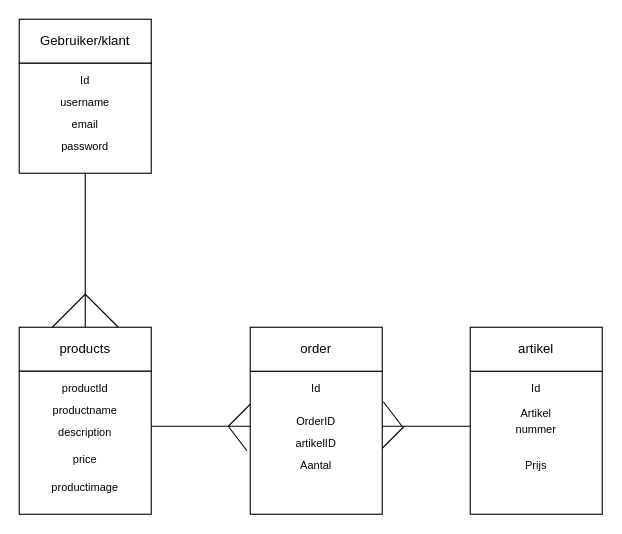
Before: Diagrams/erd.drawio in OmerS7/educom-webshop-database-1695135881, a draw.io diagram. Source tidied: cells renumbered, new cells numbered last; positions are measured from the earlier drawing's top-left corner, leaving out a move shared by most shapes. Both pictures are drawn from the tidied source at 110%, with x=0, y=0 at pixel (19, 19).
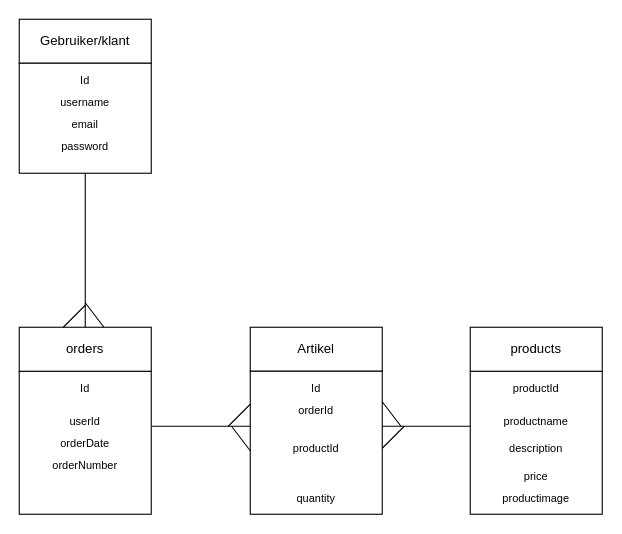
After the change.

Commit message:
erd webshop

The change refers to these unchanged cells:
```xml
<mxCell id="10" style="rounded=0;whiteSpace=wrap;html=1;" parent="1" vertex="1">
  <mxGeometry y="40" width="120" height="100" as="geometry" />
</mxCell>
```

What changed in the source:
```diff
@@
+    <mxCell id="21" style="rounded=0;whiteSpace=wrap;html=1;" parent="1" vertex="1">
+      <mxGeometry x="410" y="320" width="120" height="130" as="geometry" />
+    </mxCell>
-    <mxCell id="2" value="products" style="rounded=0;whiteSpace=wrap;html=1;" parent="1" vertex="1">
-      <mxGeometry y="280" width="120" height="40" as="geometry" />
+    <mxCell id="2" value="Artikel" style="rounded=0;whiteSpace=wrap;html=1;" parent="1" vertex="1">
+      <mxGeometry x="210" y="280" width="120" height="40" as="geometry" />
     </mxCell>
     <mxCell id="3" style="rounded=0;whiteSpace=wrap;html=1;" parent="1" vertex="1">
-      <mxGeometry y="320" width="120" height="130" as="geometry" />
+      <mxGeometry x="210" y="320" width="120" height="130" as="geometry" />
     </mxCell>
     <mxCell id="4" value="&lt;font style=&quot;font-size: 10px;&quot;&gt;productId&lt;/font&gt;" style="text;html=1;strokeColor=none;fillColor=none;align=center;verticalAlign=middle;whiteSpace=wrap;rounded=0;" parent="1" vertex="1">
-      <mxGeometry x="50" y="330" width="20" height="10" as="geometry" />
+      <mxGeometry x="460" y="330" width="20" height="10" as="geometry" />
     </mxCell>
     <mxCell id="5" value="&lt;span style=&quot;font-size: 10px;&quot;&gt;productname&lt;/span&gt;" style="text;html=1;strokeColor=none;fillColor=none;align=center;verticalAlign=middle;whiteSpace=wrap;rounded=0;" parent="1" vertex="1">
-      <mxGeometry x="50" y="350" width="20" height="10" as="geometry" />
+      <mxGeometry x="460" y="360" width="20" height="10" as="geometry" />
     </mxCell>
     <mxCell id="6" value="&lt;font style=&quot;font-size: 10px;&quot;&gt;description&lt;/font&gt;" style="text;html=1;strokeColor=none;fillColor=none;align=center;verticalAlign=middle;whiteSpace=wrap;rounded=0;" parent="1" vertex="1">
-      <mxGeometry x="50" y="370" width="20" height="10" as="geometry" />
+      <mxGeometry x="460" y="385" width="20" height="10" as="geometry" />
     </mxCell>
     <mxCell id="7" value="&lt;font style=&quot;font-size: 10px;&quot;&gt;price&lt;/font&gt;" style="text;html=1;strokeColor=none;fillColor=none;align=center;verticalAlign=middle;whiteSpace=wrap;rounded=0;" parent="1" vertex="1">
-      <mxGeometry x="50" y="395" width="20" height="10" as="geometry" />
+      <mxGeometry x="460" y="410" width="20" height="10" as="geometry" />
     </mxCell>
     <mxCell id="8" value="&lt;font style=&quot;font-size: 10px;&quot;&gt;productimage&lt;/font&gt;" style="text;html=1;strokeColor=none;fillColor=none;align=center;verticalAlign=middle;whiteSpace=wrap;rounded=0;" parent="1" vertex="1">
-      <mxGeometry x="50" y="420" width="20" height="10" as="geometry" />
+      <mxGeometry x="460" y="430" width="20" height="10" as="geometry" />
     </mxCell>
@@
-    <mxCell id="15" style="endArrow=none;html=1;fontSize=10;exitX=0.5;exitY=0;exitDx=0;exitDy=0;entryX=0.5;entryY=1;entryDx=0;entryDy=0;" parent="1" edge="1" source="2" target="10">
-      <mxGeometry relative="1" as="geometry">
-        <Array as="points">
-          <mxPoint x="60" y="210" />
-        </Array>
-      </mxGeometry>
-    </mxCell>
-    <mxCell id="16" style="endArrow=none;html=1;exitX=0.25;exitY=0;exitDx=0;exitDy=0;" parent="1" edge="1" source="2">
-      <mxGeometry relative="1" as="geometry">
-        <mxPoint x="60" y="250" as="targetPoint" />
-      </mxGeometry>
-    </mxCell>
-    <mxCell id="17" style="endArrow=none;html=1;" parent="1" edge="1">
-      <mxGeometry relative="1" as="geometry">
-        <mxPoint x="90" y="280" as="sourcePoint" />
-        <mxPoint x="60" y="250" as="targetPoint" />
-      </mxGeometry>
-    </mxCell>
@@
     <mxCell id="19" style="rounded=0;whiteSpace=wrap;html=1;" parent="1" vertex="1">
-      <mxGeometry x="210" y="320" width="120" height="130" as="geometry" />
+      <mxGeometry y="320" width="120" height="130" as="geometry" />
     </mxCell>
-    <mxCell id="20" value="order" style="rounded=0;whiteSpace=wrap;html=1;" parent="1" vertex="1">
-      <mxGeometry x="210" y="280" width="120" height="40" as="geometry" />
+    <mxCell id="20" value="orders" style="rounded=0;whiteSpace=wrap;html=1;" parent="1" vertex="1">
+      <mxGeometry y="280" width="120" height="40" as="geometry" />
     </mxCell>
-    <mxCell id="21" style="rounded=0;whiteSpace=wrap;html=1;" parent="1" vertex="1">
-      <mxGeometry x="410" y="320" width="120" height="130" as="geometry" />
-    </mxCell>
-    <mxCell id="22" value="artikel" style="rounded=0;whiteSpace=wrap;html=1;" parent="1" vertex="1">
+    <mxCell id="22" value="products" style="rounded=0;whiteSpace=wrap;html=1;" parent="1" vertex="1">
       <mxGeometry x="410" y="280" width="120" height="40" as="geometry" />
     </mxCell>
@@
     <mxCell id="24" value="&lt;font style=&quot;font-size: 10px;&quot;&gt;Id&lt;/font&gt;" style="text;html=1;strokeColor=none;fillColor=none;align=center;verticalAlign=middle;whiteSpace=wrap;rounded=0;" parent="1" vertex="1">
-      <mxGeometry x="460" y="330" width="20" height="10" as="geometry" />
+      <mxGeometry x="260" y="330" width="20" height="10" as="geometry" />
     </mxCell>
-    <mxCell id="25" value="&lt;font style=&quot;font-size: 10px;&quot;&gt;Artikel nummer&lt;/font&gt;" style="text;html=1;strokeColor=none;fillColor=none;align=center;verticalAlign=middle;whiteSpace=wrap;rounded=0;" parent="1" vertex="1">
-      <mxGeometry x="460" y="360" width="20" height="10" as="geometry" />
+    <mxCell id="25" value="&lt;font style=&quot;font-size: 10px;&quot;&gt;orderId&lt;/font&gt;" style="text;html=1;strokeColor=none;fillColor=none;align=center;verticalAlign=middle;whiteSpace=wrap;rounded=0;" parent="1" vertex="1">
+      <mxGeometry x="260" y="350" width="20" height="10" as="geometry" />
     </mxCell>
-    <mxCell id="26" value="&lt;font style=&quot;font-size: 10px;&quot;&gt;Prijs&lt;/font&gt;" style="text;html=1;strokeColor=none;fillColor=none;align=center;verticalAlign=middle;whiteSpace=wrap;rounded=0;" parent="1" vertex="1">
-      <mxGeometry x="460" y="400" width="20" height="10" as="geometry" />
+    <mxCell id="26" value="&lt;font style=&quot;font-size: 10px;&quot;&gt;productId&lt;/font&gt;" style="text;html=1;strokeColor=none;fillColor=none;align=center;verticalAlign=middle;whiteSpace=wrap;rounded=0;" parent="1" vertex="1">
+      <mxGeometry x="260" y="385" width="20" height="10" as="geometry" />
     </mxCell>
     <mxCell id="27" value="&lt;font style=&quot;font-size: 10px;&quot;&gt;Id&lt;/font&gt;" style="text;html=1;strokeColor=none;fillColor=none;align=center;verticalAlign=middle;whiteSpace=wrap;rounded=0;" parent="1" vertex="1">
-      <mxGeometry x="260" y="330" width="20" height="10" as="geometry" />
+      <mxGeometry x="50" y="330" width="20" height="10" as="geometry" />
     </mxCell>
-    <mxCell id="28" value="&lt;font style=&quot;font-size: 10px;&quot;&gt;OrderID&lt;/font&gt;" style="text;html=1;strokeColor=none;fillColor=none;align=center;verticalAlign=middle;whiteSpace=wrap;rounded=0;" parent="1" vertex="1">
-      <mxGeometry x="260" y="360" width="20" height="10" as="geometry" />
+    <mxCell id="28" value="&lt;span style=&quot;font-size: 10px;&quot;&gt;userId&lt;/span&gt;" style="text;html=1;strokeColor=none;fillColor=none;align=center;verticalAlign=middle;whiteSpace=wrap;rounded=0;" parent="1" vertex="1">
+      <mxGeometry x="50" y="360" width="20" height="10" as="geometry" />
     </mxCell>
@@
     <mxCell id="30" style="endArrow=none;html=1;exitX=1.025;exitY=0.213;exitDx=0;exitDy=0;exitPerimeter=0;" parent="1" edge="1">
       <mxGeometry relative="1" as="geometry">
-        <mxPoint x="331" y="347.7" as="sourcePoint" />
-        <mxPoint x="348" y="370" as="targetPoint" />
+        <mxPoint x="330" y="347.7" as="sourcePoint" />
+        <mxPoint x="347" y="370" as="targetPoint" />
       </mxGeometry>
     </mxCell>
@@
     <mxCell id="32" style="endArrow=none;html=1;exitX=1.025;exitY=0.213;exitDx=0;exitDy=0;exitPerimeter=0;" parent="1" edge="1">
       <mxGeometry relative="1" as="geometry">
-        <mxPoint x="190" y="370" as="sourcePoint" />
-        <mxPoint x="207" y="392.3" as="targetPoint" />
+        <mxPoint x="193" y="370" as="sourcePoint" />
+        <mxPoint x="210" y="392.3" as="targetPoint" />
       </mxGeometry>
     </mxCell>
-    <mxCell id="33" value="&lt;font style=&quot;font-size: 10px;&quot;&gt;artikelID&lt;/font&gt;" style="text;html=1;strokeColor=none;fillColor=none;align=center;verticalAlign=middle;whiteSpace=wrap;rounded=0;" parent="1" vertex="1">
-      <mxGeometry x="260" y="380" width="20" height="10" as="geometry" />
+    <mxCell id="33" value="&lt;font style=&quot;font-size: 10px;&quot;&gt;orderDate&lt;/font&gt;" style="text;html=1;strokeColor=none;fillColor=none;align=center;verticalAlign=middle;whiteSpace=wrap;rounded=0;" parent="1" vertex="1">
+      <mxGeometry x="50" y="380" width="20" height="10" as="geometry" />
     </mxCell>
-    <mxCell id="34" value="&lt;font style=&quot;font-size: 10px;&quot;&gt;Aantal&lt;/font&gt;" style="text;html=1;strokeColor=none;fillColor=none;align=center;verticalAlign=middle;whiteSpace=wrap;rounded=0;" parent="1" vertex="1">
-      <mxGeometry x="260" y="400" width="20" height="10" as="geometry" />
+    <mxCell id="34" value="&lt;span style=&quot;font-size: 10px;&quot;&gt;orderNumber&lt;/span&gt;" style="text;html=1;strokeColor=none;fillColor=none;align=center;verticalAlign=middle;whiteSpace=wrap;rounded=0;" parent="1" vertex="1">
+      <mxGeometry x="50" y="400" width="20" height="10" as="geometry" />
     </mxCell>
+    <mxCell id="35" style="endArrow=none;html=1;" parent="1" edge="1" source="20">
+      <mxGeometry relative="1" as="geometry">
+        <mxPoint x="60" y="140" as="targetPoint" />
+      </mxGeometry>
+    </mxCell>
+    <mxCell id="36" style="endArrow=none;html=1;" parent="1" edge="1">
+      <mxGeometry relative="1" as="geometry">
+        <mxPoint x="40" y="280" as="sourcePoint" />
+        <mxPoint x="60" y="260" as="targetPoint" />
+      </mxGeometry>
+    </mxCell>
+    <mxCell id="37" style="endArrow=none;html=1;exitX=1.025;exitY=0.213;exitDx=0;exitDy=0;exitPerimeter=0;" parent="1" edge="1">
+      <mxGeometry relative="1" as="geometry">
+        <mxPoint x="60" y="257.7" as="sourcePoint" />
+        <mxPoint x="77" y="280" as="targetPoint" />
+      </mxGeometry>
+    </mxCell>
+    <mxCell id="38" value="&lt;font style=&quot;font-size: 10px;&quot;&gt;quantity&lt;/font&gt;" style="text;html=1;strokeColor=none;fillColor=none;align=center;verticalAlign=middle;whiteSpace=wrap;rounded=0;" parent="1" vertex="1">
+      <mxGeometry x="260" y="430" width="20" height="10" as="geometry" />
+    </mxCell>
```
